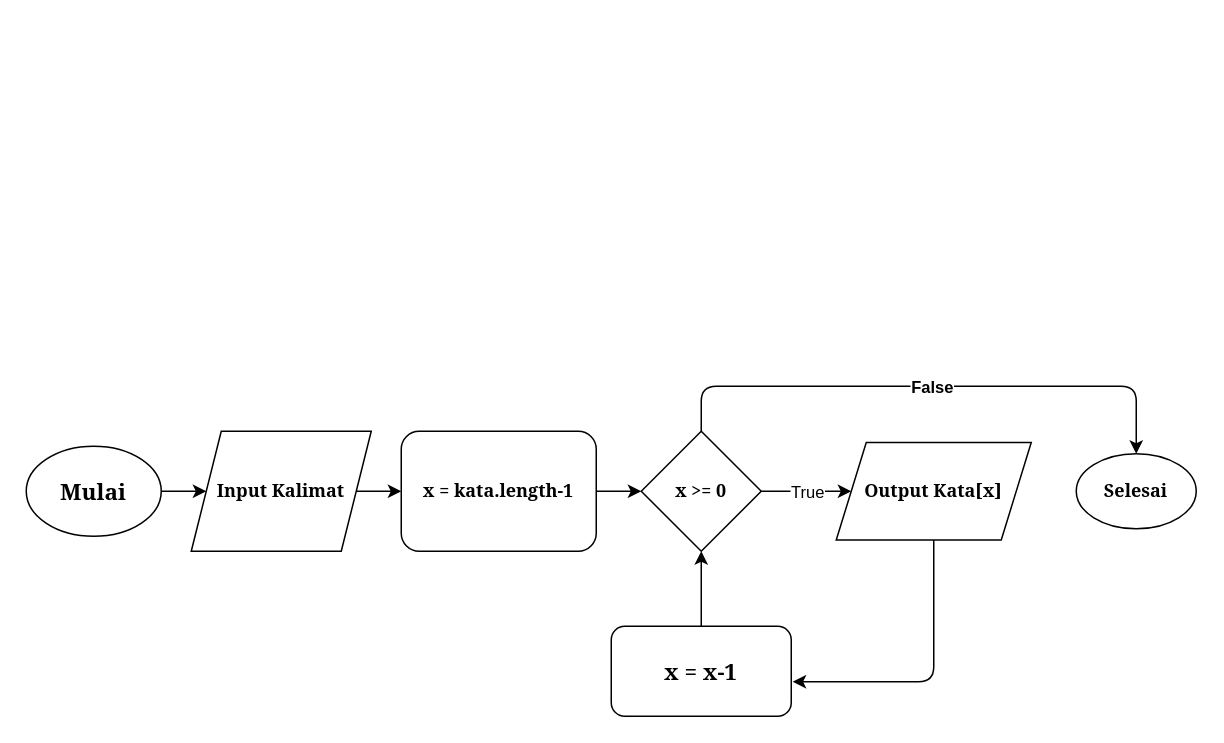
farizian/week6 keeps this draw.io diagram as tugas1/flowchart_reverse_word.drawio. Above is the earlier version. Source tidied: cells renumbered, new cells numbered last; positions are measured from the earlier drawing's top-left corner, leaving out a move shared by most shapes. Both pictures are drawn from the tidied source at 150%, with x=0, y=0 at pixel (26, 386).
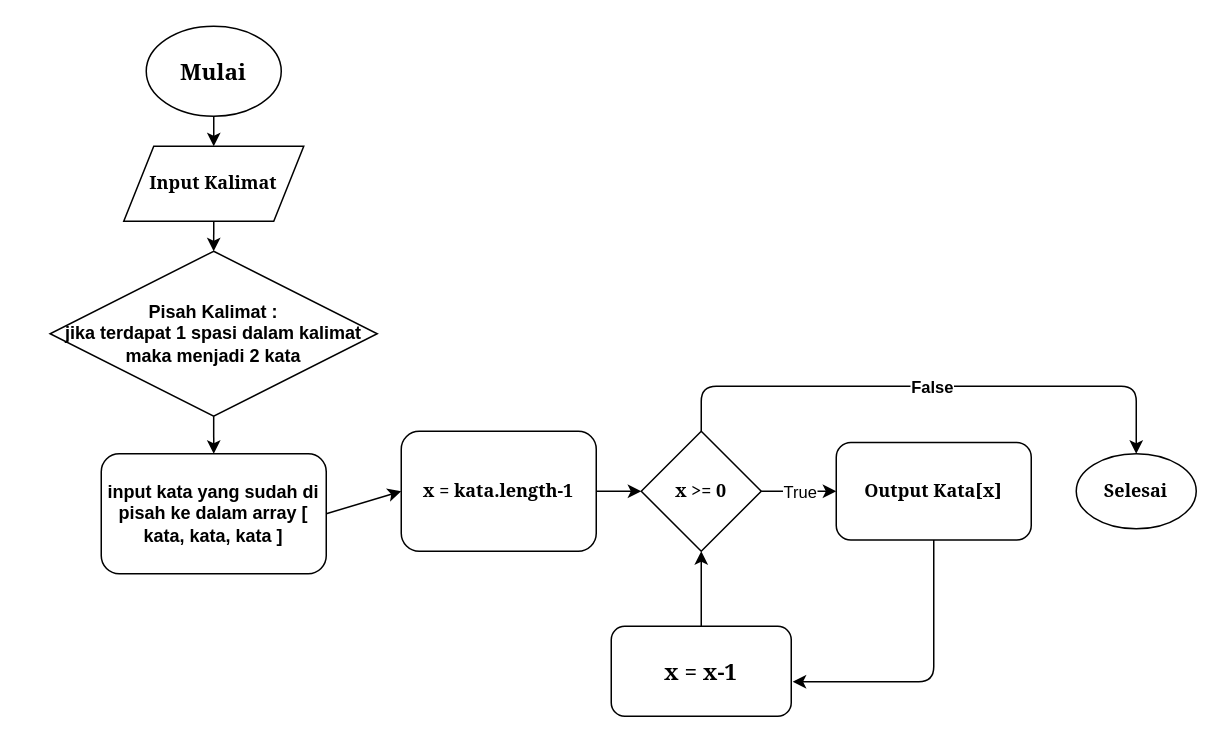
Above is the later version.

Unchanged cells that the change refers to:
```xml
<mxCell id="6" value="x = kata.length-1" style="rounded=1;whiteSpace=wrap;html=1;fontFamily=Georgia;fontSize=12;fontStyle=1;" parent="1" vertex="1">
  <mxGeometry x="250" y="30" width="130" height="80" as="geometry" />
</mxCell>
```

The edit, as a diff of the source:
```diff
@@
     <mxCell id="3" value="&lt;font style=&quot;font-size: 15px&quot; face=&quot;Georgia&quot;&gt;&lt;b&gt;Mulai&lt;/b&gt;&lt;/font&gt;" style="ellipse;whiteSpace=wrap;html=1;" parent="1" vertex="1">
-      <mxGeometry y="40" width="90" height="60" as="geometry" />
+      <mxGeometry x="80" y="-240" width="90" height="60" as="geometry" />
     </mxCell>
     <mxCell id="4" value="Input Kalimat" style="shape=parallelogram;perimeter=parallelogramPerimeter;whiteSpace=wrap;html=1;fixedSize=1;fontFamily=Georgia;fontSize=12;fontStyle=1;" parent="1" vertex="1">
-      <mxGeometry x="110" y="30" width="120" height="80" as="geometry" />
+      <mxGeometry x="65" y="-160" width="120" height="50" as="geometry" />
     </mxCell>
-    <mxCell id="5" style="endArrow=classic;html=1;exitX=1;exitY=0.5;exitDx=0;exitDy=0;entryX=0;entryY=0.5;entryDx=0;entryDy=0;" parent="1" edge="1" source="4" target="6">
-      <mxGeometry relative="1" as="geometry" />
-    </mxCell>
@@
-    <mxCell id="10" value="Output Kata[x]" style="shape=parallelogram;perimeter=parallelogramPerimeter;whiteSpace=wrap;html=1;fixedSize=1;fontFamily=Georgia;fontSize=12;fontStyle=1;" parent="1" vertex="1">
+    <mxCell id="10" value="Output Kata[x]" style="rounded=1;whiteSpace=wrap;html=1;fontFamily=Georgia;fontSize=12;fontStyle=1;" parent="1" vertex="1">
       <mxGeometry x="540" y="37.5" width="130" height="65" as="geometry" />
     </mxCell>
@@
-    <mxCell id="13" style="endArrow=classic;html=1;fontFamily=Georgia;fontSize=12;exitX=1;exitY=0.5;exitDx=0;exitDy=0;entryX=0;entryY=0.5;entryDx=0;entryDy=0;" parent="1" edge="1" source="3" target="4">
-      <mxGeometry relative="1" as="geometry" />
-    </mxCell>
@@
+    <mxCell id="18" value="&lt;div&gt;&lt;b&gt;Pisah Kalimat :&lt;br&gt;&lt;/b&gt;&lt;/div&gt;&lt;div&gt;&lt;b&gt;jika terdapat 1 spasi dalam kalimat maka menjadi 2 kata&lt;br&gt;&lt;/b&gt;&lt;/div&gt;" style="rhombus;whiteSpace=wrap;html=1;" parent="1" vertex="1">
+      <mxGeometry x="15.9" y="-90" width="218.1" height="110" as="geometry" />
+    </mxCell>
+    <mxCell id="19" value="&lt;b&gt;input kata yang sudah di pisah ke dalam array [ kata, kata, kata ]&lt;/b&gt;" style="rounded=1;whiteSpace=wrap;html=1;" parent="1" vertex="1">
+      <mxGeometry x="50" y="45" width="150" height="80" as="geometry" />
+    </mxCell>
+    <mxCell id="20" style="endArrow=classic;html=1;exitX=1;exitY=0.5;exitDx=0;exitDy=0;entryX=0;entryY=0.5;entryDx=0;entryDy=0;" parent="1" edge="1" source="19" target="6">
+      <mxGeometry relative="1" as="geometry" />
+    </mxCell>
+    <mxCell id="21" style="endArrow=classic;html=1;exitX=0.5;exitY=1;exitDx=0;exitDy=0;entryX=0.5;entryY=0;entryDx=0;entryDy=0;" parent="1" edge="1" source="4" target="18">
+      <mxGeometry relative="1" as="geometry" />
+    </mxCell>
+    <mxCell id="22" style="endArrow=classic;html=1;exitX=0.5;exitY=1;exitDx=0;exitDy=0;entryX=0.5;entryY=0;entryDx=0;entryDy=0;" parent="1" edge="1" source="18" target="19">
+      <mxGeometry relative="1" as="geometry" />
+    </mxCell>
+    <mxCell id="13" style="endArrow=classic;html=1;exitX=0.5;exitY=1;exitDx=0;exitDy=0;entryX=0.5;entryY=0;entryDx=0;entryDy=0;" parent="1" edge="1" source="3" target="4">
+      <mxGeometry relative="1" as="geometry" />
+    </mxCell>
```
